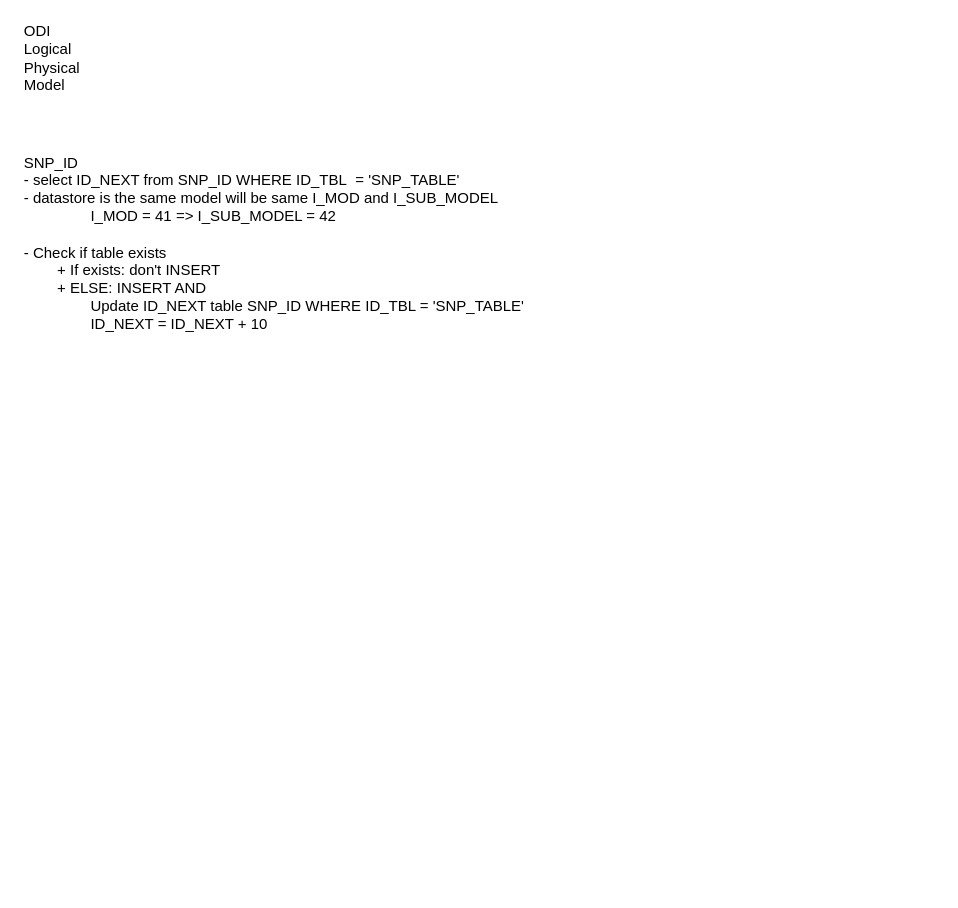
The draw.io diagram ODI.drawio in thh6282/draw-in-drawio, before the edit. Source tidied: cells renumbered, new cells numbered last; positions are measured from the earlier drawing's top-left corner, leaving out a move shared by most shapes. Both pictures are drawn from the tidied source at 125%, with x=0, y=0 at pixel (21, 39).
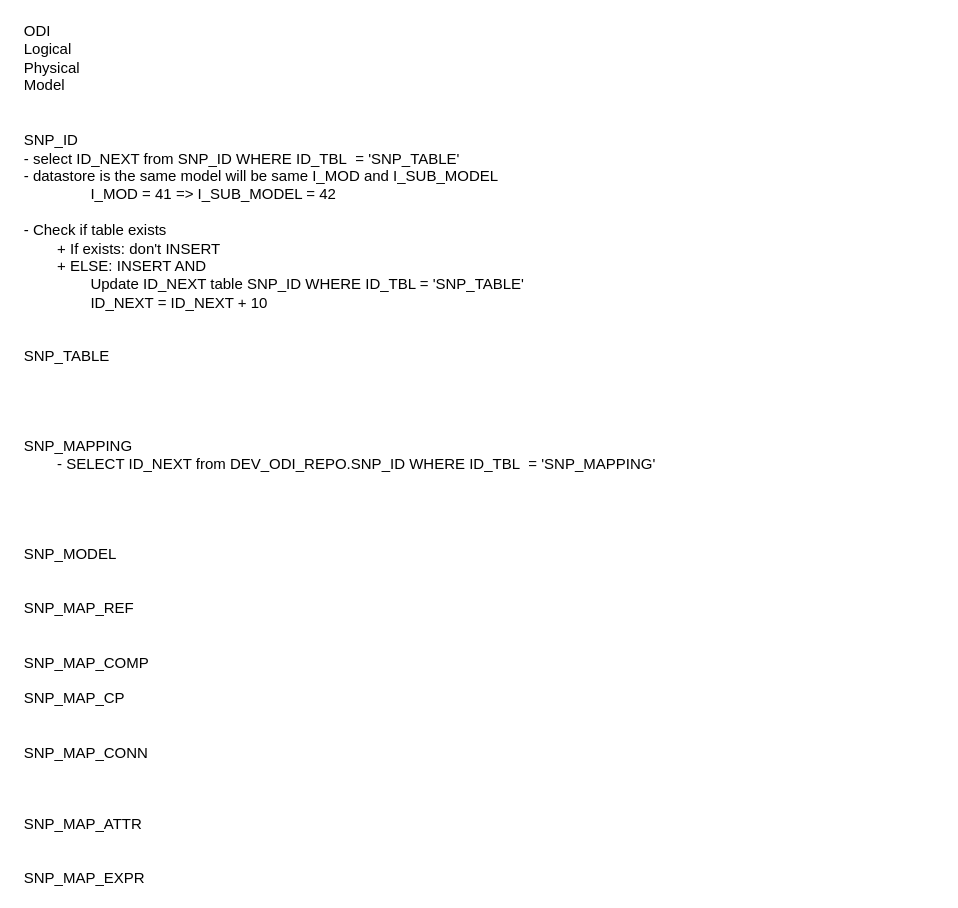
Above is the later version.

Diff of the diagram source:
```diff
@@
 <mxGraphModel>
   <root>
     <mxCell id="0" />
     <mxCell id="1" parent="0" />
     <mxCell id="2" value="ODI&lt;div&gt;Logical&lt;/div&gt;&lt;div&gt;Physical&lt;/div&gt;&lt;div&gt;Model&lt;/div&gt;" style="text;html=1;align=left;verticalAlign=middle;whiteSpace=wrap;rounded=0;" parent="1" vertex="1">
       <mxGeometry width="732" height="30" as="geometry" />
     </mxCell>
-    <mxCell id="3" value="&lt;div&gt;SNP_ID&lt;/div&gt;&lt;div&gt;- select ID_NEXT from SNP_ID WHERE ID_TBL&amp;nbsp; = 'SNP_TABLE'&lt;/div&gt;&lt;div&gt;- datastore is the same model will be same I_MOD and I_SUB_MODEL&lt;/div&gt;&lt;div&gt;&lt;span style=&quot;white-space: normal;&quot;&gt;&lt;span style=&quot;white-space:pre&quot;&gt;&#9;&#9;&lt;/span&gt;I_MOD = 41 =&amp;gt; I_SUB_MODEL = 42&lt;/span&gt;&lt;/div&gt;&lt;div&gt;&lt;br&gt;&lt;/div&gt;&lt;div&gt;- Check if table exists&lt;/div&gt;&lt;div&gt;&lt;span style=&quot;white-space: normal;&quot;&gt;&lt;span style=&quot;white-space:pre&quot;&gt;&#9;&lt;/span&gt;+ If exists: don't INSERT&lt;/span&gt;&lt;/div&gt;&lt;div&gt;&lt;span style=&quot;white-space: normal;&quot;&gt;&lt;span style=&quot;white-space:pre&quot;&gt;&#9;&lt;/span&gt;+ ELSE: INSERT AND&amp;nbsp;&lt;/span&gt;&lt;/div&gt;&lt;div&gt;&lt;span style=&quot;white-space: normal;&quot;&gt;&lt;span style=&quot;white-space:pre&quot;&gt;&#9;&#9;&lt;/span&gt;Update ID_NEXT table SNP_ID WHERE ID_TBL = 'SNP_TABLE'&lt;/span&gt;&lt;/div&gt;&lt;div&gt;&lt;span style=&quot;white-space: normal;&quot;&gt;&lt;span style=&quot;white-space:pre&quot;&gt;&#9;&#9;&lt;/span&gt;ID_NEXT = ID_NEXT + 10&lt;/span&gt;&lt;/div&gt;" style="text;html=1;align=left;verticalAlign=middle;whiteSpace=wrap;rounded=0;" parent="1" vertex="1">
-      <mxGeometry y="148" width="726" height="30" as="geometry" />
+    <mxCell id="3" value="&lt;div&gt;SNP_ID&lt;/div&gt;&lt;div&gt;- select ID_NEXT from SNP_ID WHERE ID_TBL&amp;nbsp; = 'SNP_TABLE'&lt;/div&gt;&lt;div&gt;- datastore is the same model will be same I_MOD and I_SUB_MODEL&lt;/div&gt;&lt;div&gt;&lt;span style=&quot;white-space: normal;&quot;&gt;&lt;span style=&quot;white-space:pre&quot;&gt;&#9;&#9;&lt;/span&gt;I_MOD = 41 =&amp;gt; I_SUB_MODEL = 42&lt;/span&gt;&lt;/div&gt;&lt;div&gt;&lt;br&gt;&lt;/div&gt;&lt;div&gt;- Check if table exists&lt;/div&gt;&lt;div&gt;&lt;span style=&quot;white-space: normal;&quot;&gt;&lt;span style=&quot;white-space:pre&quot;&gt;&#9;&lt;/span&gt;+ If exists: don't INSERT&lt;/span&gt;&lt;/div&gt;&lt;div&gt;&lt;span style=&quot;white-space: normal;&quot;&gt;&lt;span style=&quot;white-space:pre&quot;&gt;&#9;&lt;/span&gt;+ ELSE: INSERT AND&amp;nbsp;&lt;/span&gt;&lt;/div&gt;&lt;div&gt;&lt;span style=&quot;white-space: normal;&quot;&gt;&lt;span style=&quot;white-space:pre&quot;&gt;&#9;&#9;&lt;/span&gt;Update ID_NEXT table SNP_ID WHERE ID_TBL = 'SNP_TABLE'&lt;/span&gt;&lt;/div&gt;&lt;div&gt;&lt;span style=&quot;white-space: normal;&quot;&gt;&lt;span style=&quot;white-space:pre&quot;&gt;&#9;&#9;&lt;/span&gt;ID_NEXT = ID_NEXT + 10&lt;/span&gt;&lt;/div&gt;&lt;div&gt;&lt;span style=&quot;white-space: normal;&quot;&gt;&lt;br&gt;&lt;/span&gt;&lt;/div&gt;&lt;div&gt;&lt;span style=&quot;white-space: normal;&quot;&gt;&lt;br&gt;&lt;/span&gt;&lt;/div&gt;&lt;div&gt;&lt;div style=&quot;&quot;&gt;SNP_TABLE&lt;/div&gt;&lt;div style=&quot;&quot;&gt;&lt;br&gt;&lt;/div&gt;&lt;div style=&quot;&quot;&gt;&lt;br&gt;&lt;/div&gt;&lt;div style=&quot;&quot;&gt;&lt;br&gt;&lt;/div&gt;&lt;div style=&quot;&quot;&gt;&lt;br&gt;&lt;/div&gt;&lt;div style=&quot;&quot;&gt;SNP_MAPPING&lt;/div&gt;&lt;div style=&quot;&quot;&gt;&lt;span style=&quot;white-space: normal;&quot;&gt;&lt;span style=&quot;white-space:pre&quot;&gt;&#9;&lt;/span&gt;- SELECT ID_NEXT from DEV_ODI_REPO.SNP_ID WHERE ID_TBL&amp;nbsp; = 'SNP_MAPPING'&lt;/span&gt;&lt;/div&gt;&lt;div style=&quot;&quot;&gt;&lt;br&gt;&lt;/div&gt;&lt;div style=&quot;&quot;&gt;&lt;br&gt;&lt;/div&gt;&lt;div style=&quot;&quot;&gt;&lt;br&gt;&lt;/div&gt;&lt;div style=&quot;&quot;&gt;&lt;br&gt;&lt;/div&gt;&lt;div style=&quot;&quot;&gt;SNP_MODEL&lt;/div&gt;&lt;div style=&quot;&quot;&gt;&lt;br&gt;&lt;/div&gt;&lt;div style=&quot;&quot;&gt;&lt;br&gt;&lt;/div&gt;&lt;div style=&quot;&quot;&gt;SNP_MAP_REF&lt;/div&gt;&lt;div style=&quot;&quot;&gt;&lt;br&gt;&lt;/div&gt;&lt;div style=&quot;&quot;&gt;&lt;br&gt;&lt;/div&gt;&lt;div style=&quot;&quot;&gt;SNP_MAP_COMP&lt;/div&gt;&lt;div style=&quot;&quot;&gt;&lt;br&gt;&lt;/div&gt;&lt;div style=&quot;&quot;&gt;SNP_MAP_CP&lt;/div&gt;&lt;div style=&quot;&quot;&gt;&lt;br&gt;&lt;/div&gt;&lt;div style=&quot;&quot;&gt;&lt;br&gt;&lt;/div&gt;&lt;div style=&quot;&quot;&gt;SNP_MAP_CONN&lt;/div&gt;&lt;div style=&quot;&quot;&gt;&lt;br&gt;&lt;/div&gt;&lt;div style=&quot;&quot;&gt;&lt;br&gt;&lt;/div&gt;&lt;div style=&quot;&quot;&gt;&lt;br&gt;&lt;/div&gt;&lt;div style=&quot;&quot;&gt;SNP_MAP_ATTR&lt;/div&gt;&lt;div style=&quot;&quot;&gt;&lt;br&gt;&lt;/div&gt;&lt;div style=&quot;&quot;&gt;&lt;br&gt;&lt;/div&gt;&lt;div style=&quot;&quot;&gt;SNP_MAP_EXPR&lt;/div&gt;&lt;/div&gt;" style="text;html=1;align=left;verticalAlign=middle;whiteSpace=wrap;rounded=0;" parent="1" vertex="1">
+      <mxGeometry y="361" width="726" height="30" as="geometry" />
     </mxCell>
   </root>
 </mxGraphModel>
```
